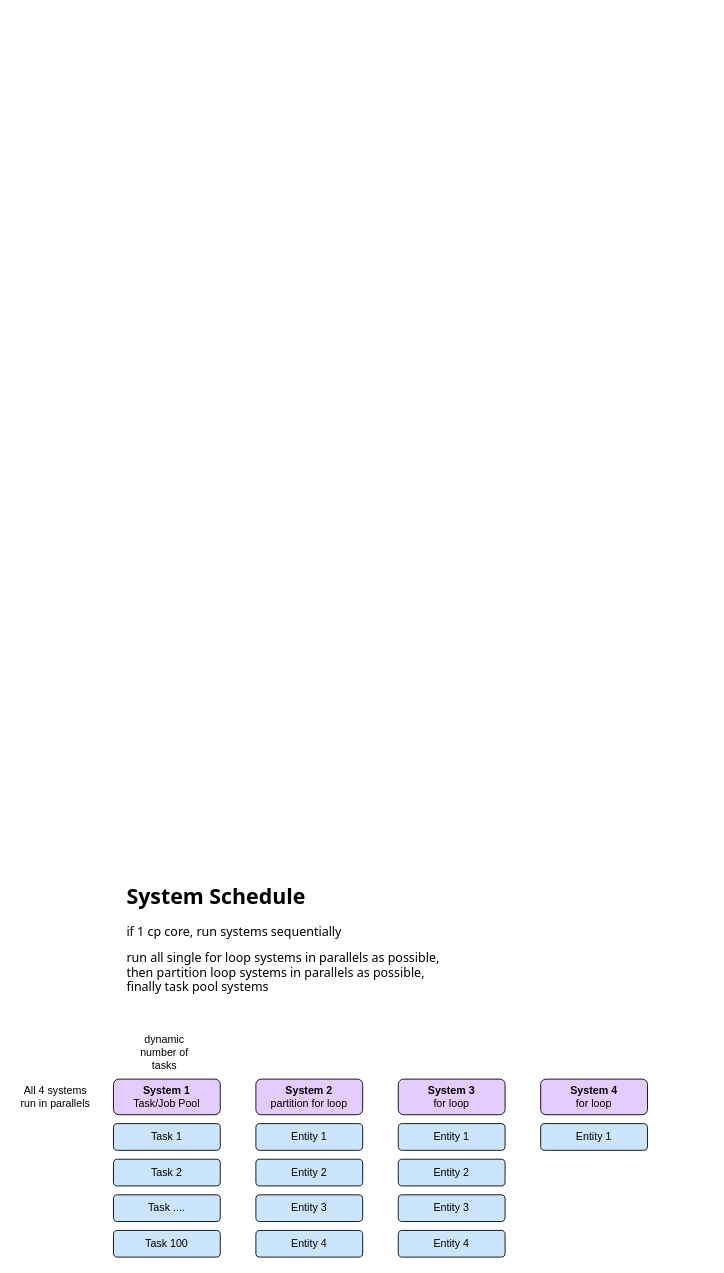
The draw.io diagram page "system-scheduler" (4 of 4) of docs/designs/ecs_driven_2d_render_pipeline.drawio in takula-tech/nita-obel, before the edit. Source tidied: cells renumbered, new cells numbered last; positions are measured from the earlier drawing's top-left corner, leaving out a move shared by most shapes. Both pictures are drawn from the tidied source at 89%, with x=0, y=0 at pixel (15, 878).
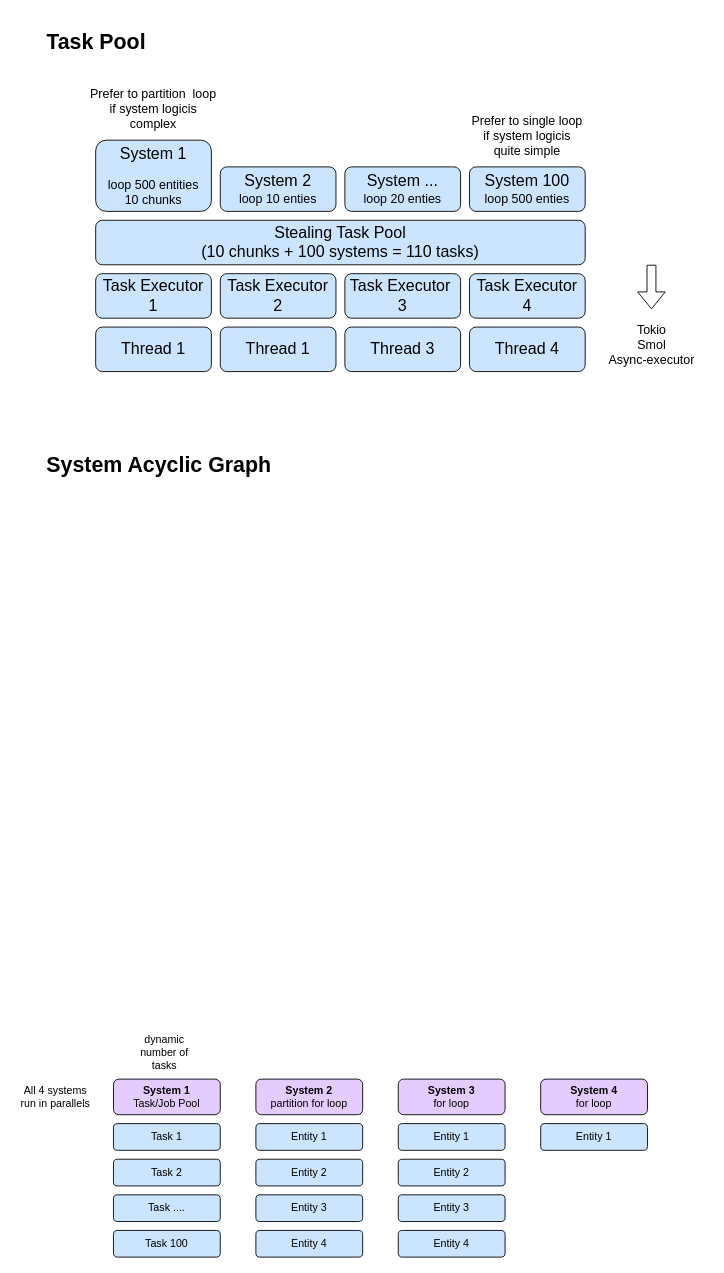
After the change.

The edit, as a diff of the source:
```diff
@@
-    <mxCell id="21" value="&lt;h1&gt;&lt;font face=&quot;Tahoma&quot;&gt;System Schedule&amp;nbsp;&lt;/font&gt;&lt;/h1&gt;&lt;p&gt;&lt;font face=&quot;Tahoma&quot; style=&quot;font-size: 14px;&quot;&gt;if 1 cp core, run systems sequentially&lt;/font&gt;&lt;/p&gt;&lt;p&gt;&lt;font style=&quot;font-size: 14px;&quot; face=&quot;Tahoma&quot;&gt;run all single for loop systems in parallels as possible,&lt;br&gt;then partition loop systems in parallels as possible,&lt;br&gt;finally task pool systems&lt;/font&gt;&lt;/p&gt;&lt;font face=&quot;Tahoma&quot;&gt;&amp;nbsp;&lt;/font&gt;" style="text;html=1;strokeColor=none;fillColor=none;spacing=5;spacingTop=-20;whiteSpace=wrap;overflow=hidden;rounded=0;" parent="1" vertex="1">
-      <mxGeometry x="120" width="560" height="150" as="geometry" />
-    </mxCell>
+    <mxCell id="22" value="&lt;font style=&quot;font-size: 18px;&quot;&gt;Stealing Task Pool &lt;br&gt;(10 chunks + 100 systems = 110 tasks)&lt;/font&gt;" style="rounded=1;whiteSpace=wrap;html=1;fillColor=#CCE5FF;" parent="1" vertex="1">
+      <mxGeometry x="90" y="-740" width="550" height="50" as="geometry" />
+    </mxCell>
+    <mxCell id="23" value="&lt;h1&gt;Task Pool&lt;/h1&gt;" style="text;html=1;strokeColor=none;fillColor=none;spacing=5;spacingTop=-20;whiteSpace=wrap;overflow=hidden;rounded=0;" parent="1" vertex="1">
+      <mxGeometry x="30" y="-960" width="190" height="40" as="geometry" />
+    </mxCell>
+    <mxCell id="24" value="&lt;span style=&quot;font-size: 18px;&quot;&gt;Task Executor&lt;br&gt;1&lt;/span&gt;" style="rounded=1;whiteSpace=wrap;html=1;fillColor=#CCE5FF;" parent="1" vertex="1">
+      <mxGeometry x="90" y="-680" width="130" height="50" as="geometry" />
+    </mxCell>
+    <mxCell id="25" value="&lt;span style=&quot;font-size: 18px;&quot;&gt;Task Executor&lt;br&gt;2&lt;/span&gt;" style="rounded=1;whiteSpace=wrap;html=1;fillColor=#CCE5FF;" parent="1" vertex="1">
+      <mxGeometry x="230" y="-680" width="130" height="50" as="geometry" />
+    </mxCell>
+    <mxCell id="26" value="&lt;span style=&quot;font-size: 18px;&quot;&gt;Task Executor&amp;nbsp;&lt;br&gt;3&lt;br&gt;&lt;/span&gt;" style="rounded=1;whiteSpace=wrap;html=1;fillColor=#CCE5FF;" parent="1" vertex="1">
+      <mxGeometry x="370" y="-680" width="130" height="50" as="geometry" />
+    </mxCell>
+    <mxCell id="27" value="&lt;span style=&quot;font-size: 18px;&quot;&gt;Task Executor&lt;br&gt;4&lt;br&gt;&lt;/span&gt;" style="rounded=1;whiteSpace=wrap;html=1;fillColor=#CCE5FF;" parent="1" vertex="1">
+      <mxGeometry x="510" y="-680" width="130" height="50" as="geometry" />
+    </mxCell>
+    <mxCell id="28" value="&lt;span style=&quot;font-size: 18px;&quot;&gt;Thread 1&lt;/span&gt;" style="rounded=1;whiteSpace=wrap;html=1;fillColor=#CCE5FF;" parent="1" vertex="1">
+      <mxGeometry x="90" y="-620" width="130" height="50" as="geometry" />
+    </mxCell>
+    <mxCell id="29" value="&lt;span style=&quot;font-size: 18px;&quot;&gt;Thread 1&lt;/span&gt;" style="rounded=1;whiteSpace=wrap;html=1;fillColor=#CCE5FF;" parent="1" vertex="1">
+      <mxGeometry x="230" y="-620" width="130" height="50" as="geometry" />
+    </mxCell>
+    <mxCell id="30" value="&lt;span style=&quot;font-size: 18px;&quot;&gt;Thread 3&lt;/span&gt;" style="rounded=1;whiteSpace=wrap;html=1;fillColor=#CCE5FF;" parent="1" vertex="1">
+      <mxGeometry x="370" y="-620" width="130" height="50" as="geometry" />
+    </mxCell>
+    <mxCell id="31" value="&lt;span style=&quot;font-size: 18px;&quot;&gt;Thread 4&lt;/span&gt;" style="rounded=1;whiteSpace=wrap;html=1;fillColor=#CCE5FF;" parent="1" vertex="1">
+      <mxGeometry x="510" y="-620" width="130" height="50" as="geometry" />
+    </mxCell>
+    <mxCell id="32" value="&lt;span style=&quot;font-size: 18px;&quot;&gt;System 1&lt;/span&gt;&lt;br&gt;&lt;br&gt;&lt;font style=&quot;font-size: 14px;&quot;&gt;loop 500 entities&lt;br&gt;10 chunks&lt;/font&gt;" style="rounded=1;whiteSpace=wrap;html=1;fillColor=#CCE5FF;" parent="1" vertex="1">
+      <mxGeometry x="90" y="-830" width="130" height="80" as="geometry" />
+    </mxCell>
+    <mxCell id="33" style="shape=flexArrow;endArrow=classic;html=1;fontSize=18;" parent="1" edge="1">
+      <mxGeometry relative="1" as="geometry">
+        <mxPoint x="714.5" y="-690" as="sourcePoint" />
+        <mxPoint x="714.5" y="-640" as="targetPoint" />
+      </mxGeometry>
+    </mxCell>
+    <mxCell id="34" value="&lt;span style=&quot;font-size: 18px;&quot;&gt;System 2&lt;/span&gt;&lt;br&gt;&lt;font style=&quot;font-size: 14px;&quot;&gt;loop 10 enties&lt;/font&gt;" style="rounded=1;whiteSpace=wrap;html=1;fillColor=#CCE5FF;" parent="1" vertex="1">
+      <mxGeometry x="230" y="-800" width="130" height="50" as="geometry" />
+    </mxCell>
+    <mxCell id="35" value="&lt;span style=&quot;font-size: 18px;&quot;&gt;System ...&lt;/span&gt;&lt;br&gt;&lt;font style=&quot;font-size: 14px;&quot;&gt;loop 20 enties&lt;/font&gt;" style="rounded=1;whiteSpace=wrap;html=1;fillColor=#CCE5FF;" parent="1" vertex="1">
+      <mxGeometry x="370" y="-800" width="130" height="50" as="geometry" />
+    </mxCell>
+    <mxCell id="36" value="&lt;span style=&quot;font-size: 18px;&quot;&gt;System 100&lt;/span&gt;&lt;br&gt;&lt;font style=&quot;font-size: 14px;&quot;&gt;loop 500 enties&lt;/font&gt;" style="rounded=1;whiteSpace=wrap;html=1;fillColor=#CCE5FF;" parent="1" vertex="1">
+      <mxGeometry x="510" y="-800" width="130" height="50" as="geometry" />
+    </mxCell>
+    <mxCell id="37" value="Tokio&lt;br&gt;Smol&lt;br&gt;Async-executor" style="text;html=1;strokeColor=none;fillColor=none;align=center;verticalAlign=middle;whiteSpace=wrap;rounded=0;fontSize=14;" parent="1" vertex="1">
+      <mxGeometry x="650" y="-630" width="130" height="60" as="geometry" />
+    </mxCell>
+    <mxCell id="38" value="Prefer to single loop&lt;br&gt;if system logicis quite simple" style="text;html=1;strokeColor=none;fillColor=none;align=center;verticalAlign=middle;whiteSpace=wrap;rounded=0;fontSize=14;" parent="1" vertex="1">
+      <mxGeometry x="510" y="-870" width="130" height="70" as="geometry" />
+    </mxCell>
+    <mxCell id="39" value="Prefer to partition&amp;nbsp; loop&lt;br&gt;if system logicis complex" style="text;html=1;strokeColor=none;fillColor=none;align=center;verticalAlign=middle;whiteSpace=wrap;rounded=0;fontSize=14;" parent="1" vertex="1">
+      <mxGeometry x="80" y="-900" width="150" height="70" as="geometry" />
+    </mxCell>
+    <mxCell id="40" value="&lt;h1&gt;System Acyclic Graph&amp;nbsp;&lt;/h1&gt;" style="text;html=1;strokeColor=none;fillColor=none;spacing=5;spacingTop=-20;whiteSpace=wrap;overflow=hidden;rounded=0;" parent="1" vertex="1">
+      <mxGeometry x="30" y="-485" width="270" height="45" as="geometry" />
+    </mxCell>
```
